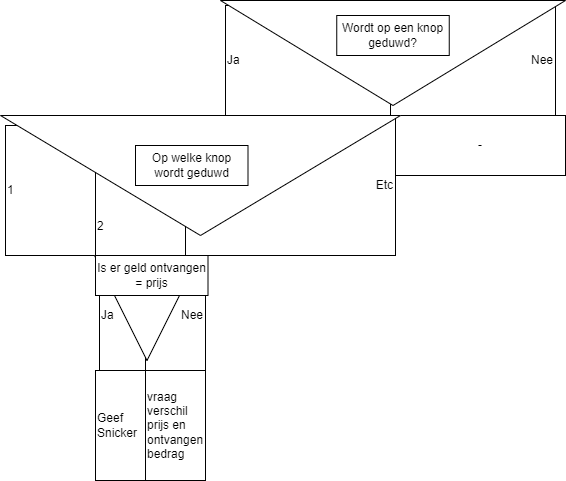
Before: psd/PSD opdracht 3.png, a diagram exported from draw.io (Stef-L-021/educom-essentials-1667376708). Source tidied: cells renumbered, new cells last; positions are measured from the earlier drawing's top-left corner, leaving out a move shared by most shapes.
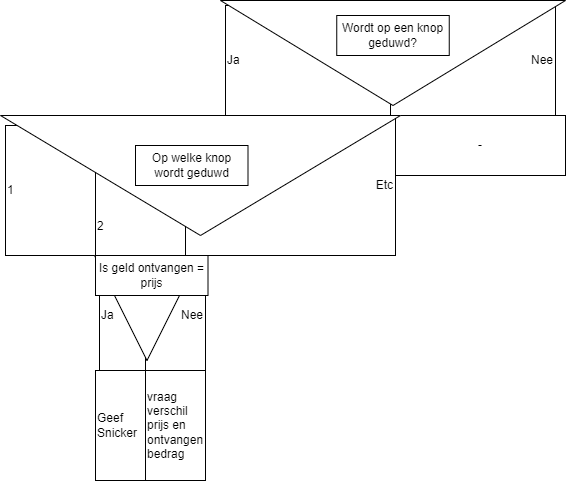
Later version of the same file.

Commit message:
PSD opdracht 3 (#8)

Change to the diagram source:
```diff
@@ -41,7 +41,7 @@
     <mxCell id="14" style="triangle;whiteSpace=wrap;html=1;rotation=90;align=center;" parent="1" vertex="1">
       <mxGeometry x="89" y="375" width="105" height="105" as="geometry" />
     </mxCell>
-    <mxCell id="15" value="Is er geld ontvangen = prijs" style="rounded=0;whiteSpace=wrap;html=1;" parent="1" vertex="1">
+    <mxCell id="15" value="Is geld ontvangen = prijs" style="rounded=0;whiteSpace=wrap;html=1;" parent="1" vertex="1">
       <mxGeometry x="90" y="375" width="112.5" height="40" as="geometry" />
     </mxCell>
     <mxCell id="16" value="Geef Snicker" style="rounded=0;whiteSpace=wrap;html=1;align=left;" parent="1" vertex="1">
```
